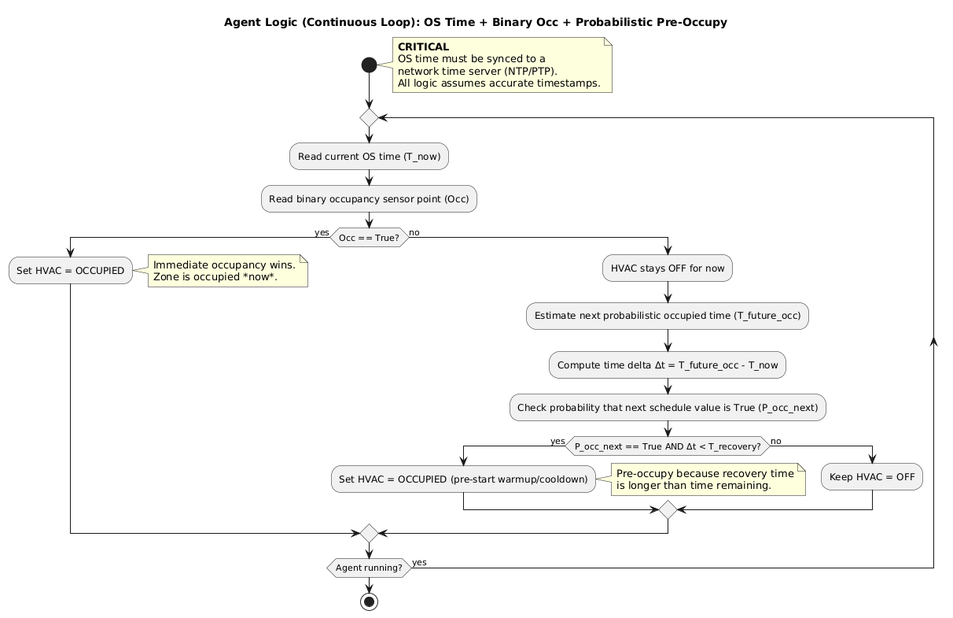
Above: plantUMLBasOfFuture.png in bbartling/predictive-occ-modeling (PlantUML), before the change.
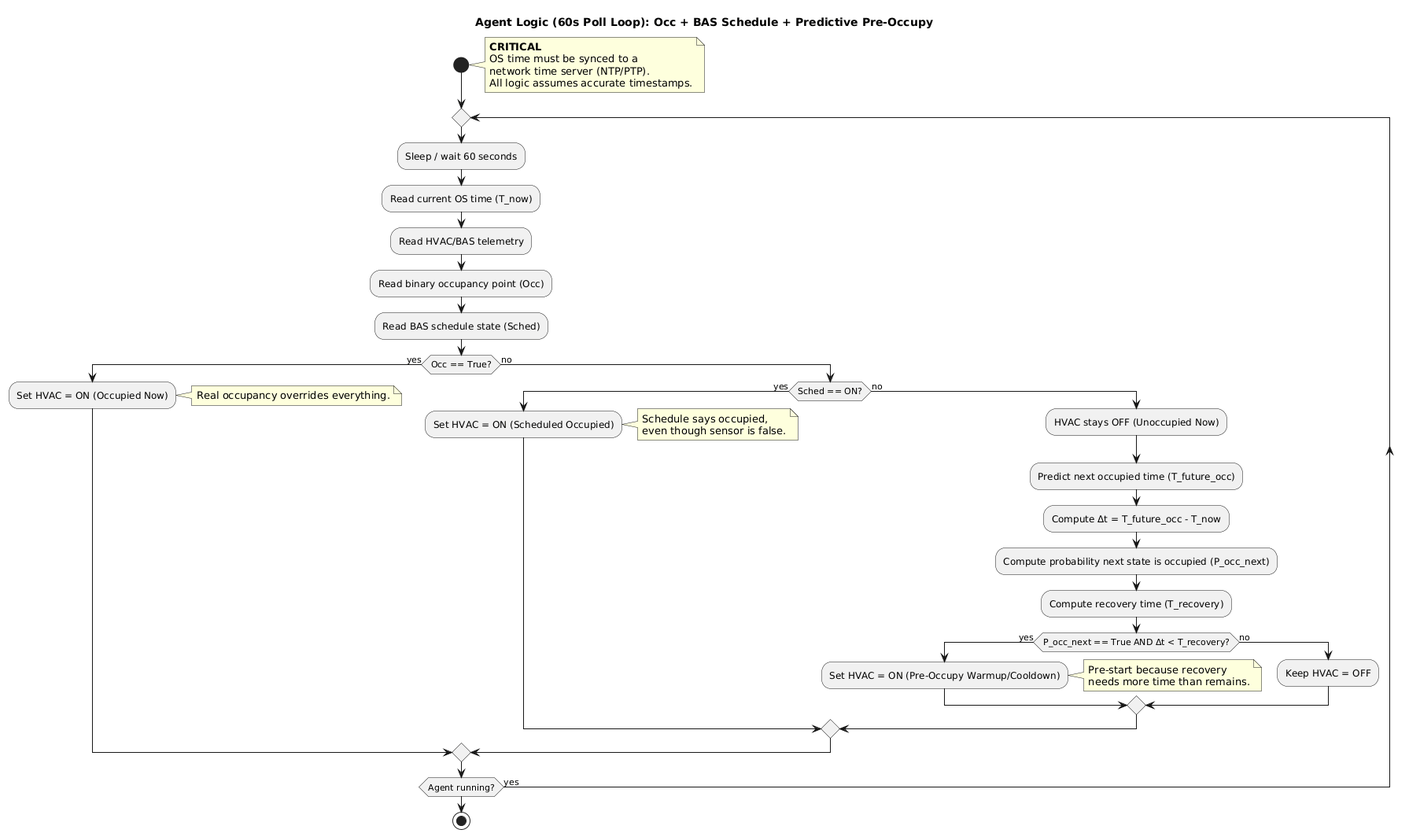
The same file after the commit.

The edit, as a diff of the source:
```diff
@@ -1,5 +1,5 @@
 @startuml
-title Agent Logic (Continuous Loop): OS Time + Binary Occ + Probabilistic Pre-Occupy
+title Agent Logic (60s Poll Loop): Occ + BAS Schedule + Predictive Pre-Occupy
 
 start
 
@@ -11,30 +11,42 @@
 end note
 
 repeat
+  :Sleep / wait 60 seconds;
   :Read current OS time (T_now);
-  :Read binary occupancy sensor point (Occ);
+  :Read HVAC/BAS telemetry;
+  :Read binary occupancy point (Occ);
+  :Read BAS schedule state (Sched);
 
   if (Occ == True?) then (yes)
-    :Set HVAC = OCCUPIED;
+    :Set HVAC = ON (Occupied Now);
     note right
-    Immediate occupancy wins.
-    Zone is occupied *now*.
+    Real occupancy overrides everything.
     end note
 
   else (no)
-    :HVAC stays OFF for now;
-    :Estimate next probabilistic occupied time (T_future_occ);
-    :Compute time delta Δt = T_future_occ - T_now;
-    :Check probability that next schedule value is True (P_occ_next);
+    if (Sched == ON?) then (yes)
+      :Set HVAC = ON (Scheduled Occupied);
+      note right
+      Schedule says occupied,
+      even though sensor is false.
+      end note
 
-    if (P_occ_next == True AND Δt < T_recovery?) then (yes)
-      :Set HVAC = OCCUPIED (pre-start warmup/cooldown);
-      note right
-      Pre-occupy because recovery time
-      is longer than time remaining.
-      end note
     else (no)
-      :Keep HVAC = OFF;
+      :HVAC stays OFF (Unoccupied Now);
+      :Predict next occupied time (T_future_occ);
+      :Compute Δt = T_future_occ - T_now;
+      :Compute probability next state is occupied (P_occ_next);
+      :Compute recovery time (T_recovery);
+
+      if (P_occ_next == True AND Δt < T_recovery?) then (yes)
+        :Set HVAC = ON (Pre-Occupy Warmup/Cooldown);
+        note right
+        Pre-start because recovery
+        needs more time than remains.
+        end note
+      else (no)
+        :Keep HVAC = OFF;
+      endif
     endif
   endif
 
```
